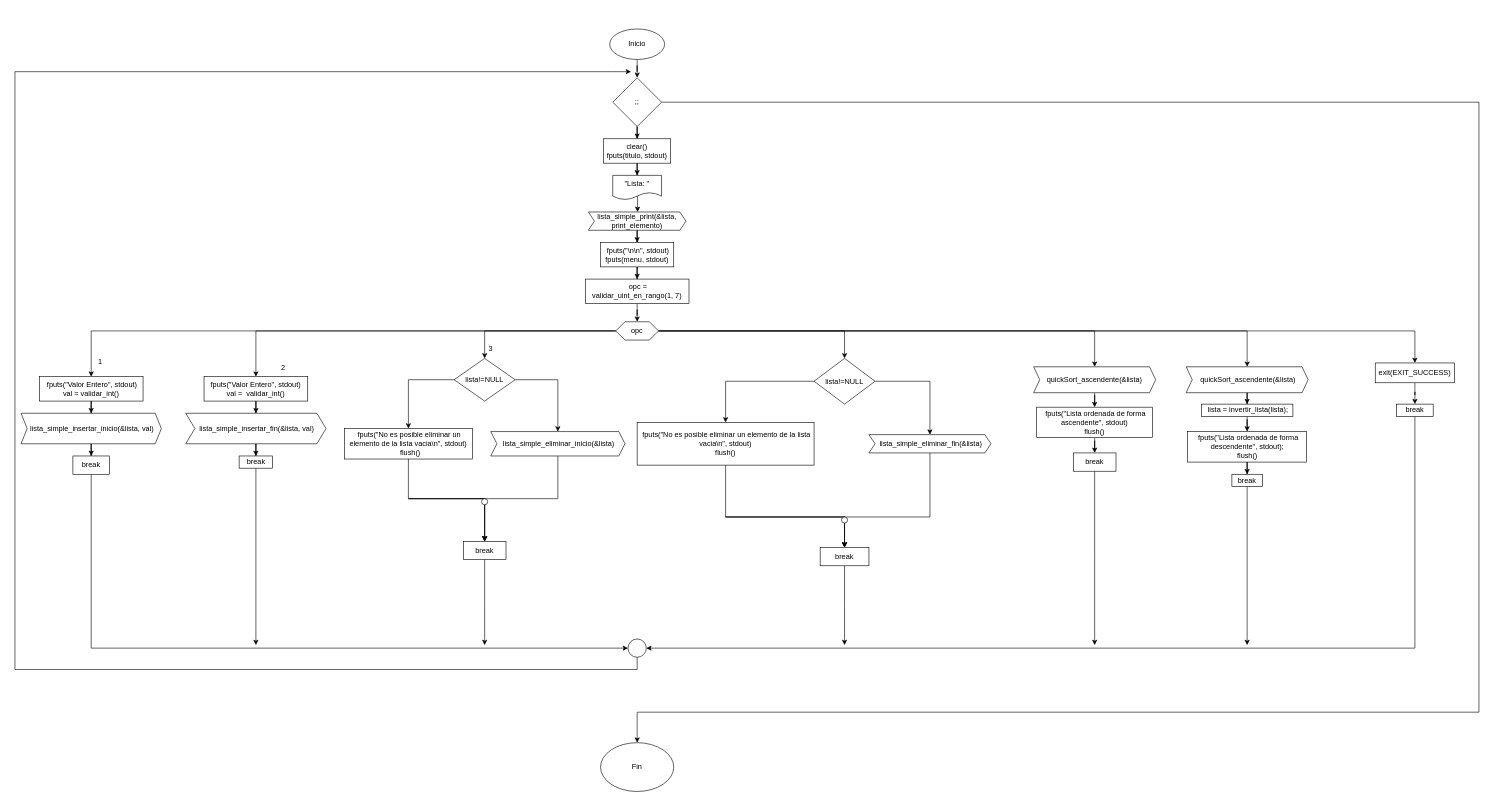
Above: fase1/tarea3/tarea3.drawio in AADavilaGonzalez/tareas_ED (draw.io), before the change. Source tidied: cells renumbered, new cells numbered last; positions are measured from the earlier drawing's top-left corner, leaving out a move shared by most shapes. Both pictures are drawn from the tidied source at 61%, with x=0, y=0 at pixel (15, 29).
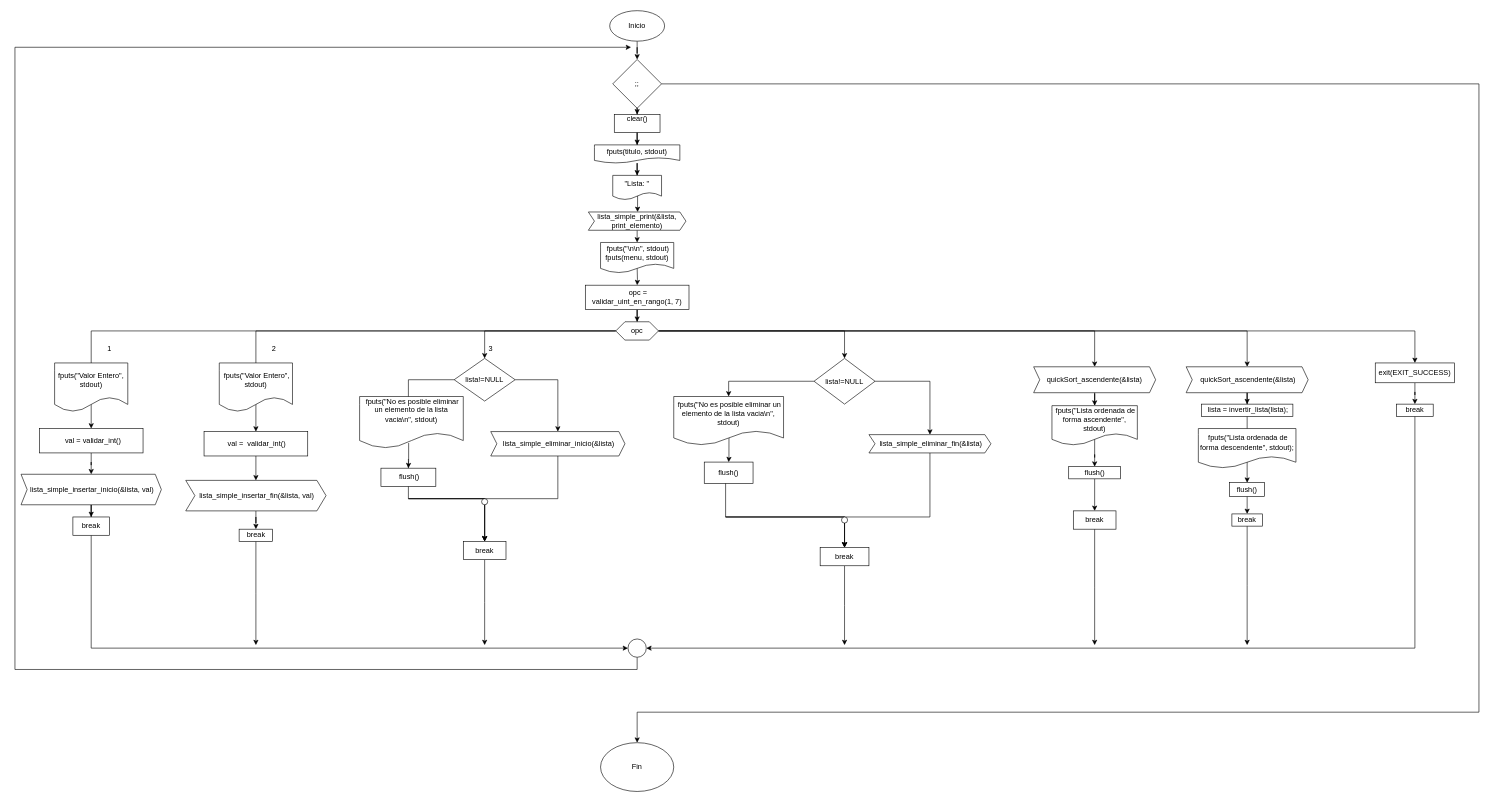
The same page after the edit.

The change refers to these unchanged cells:
```xml
<mxCell id="8" value="&quot;Lista: &quot;" style="shape=document;whiteSpace=wrap;html=1;boundedLbl=1;" parent="1" vertex="1">
  <mxGeometry x="980" y="240" width="80" height="40" as="geometry" />
</mxCell>
<mxCell id="10" value="lista_simple_print(&amp;amp;lista, print_elemento)" style="shape=step;perimeter=stepPerimeter;whiteSpace=wrap;html=1;fixedSize=1;size=10;" parent="1" vertex="1">
  <mxGeometry x="940" y="300" width="160" height="30" as="geometry" />
</mxCell>
<mxCell id="37" value="lista!=NULL" style="rhombus;whiteSpace=wrap;html=1;" parent="1" vertex="1">
  <mxGeometry x="720" y="540" width="100" height="70" as="geometry" />
</mxCell>
<mxCell id="43" value="break" style="rounded=0;whiteSpace=wrap;html=1;" parent="1" vertex="1">
  <mxGeometry x="735" y="840" width="70" height="30" as="geometry" />
</mxCell>
<mxCell id="50" value="lista!=NULL" style="rhombus;whiteSpace=wrap;html=1;" parent="1" vertex="1">
  <mxGeometry x="1310" y="540" width="100" height="75" as="geometry" />
</mxCell>
<mxCell id="61" value="quickSort_ascendente(&amp;amp;lista)" style="shape=step;perimeter=stepPerimeter;whiteSpace=wrap;html=1;fixedSize=1;size=10;" parent="1" vertex="1">
  <mxGeometry x="1670" y="553.8" width="200" height="42.5" as="geometry" />
</mxCell>
<mxCell id="79" style="ellipse;whiteSpace=wrap;html=1;" parent="1" vertex="1">
  <mxGeometry x="1005" y="1000" width="30" height="30" as="geometry" />
</mxCell>
<mxCell id="80" value="Fin" style="ellipse;whiteSpace=wrap;html=1;" parent="1" vertex="1">
  <mxGeometry x="960" y="1170" width="120" height="80" as="geometry" />
</mxCell>
```

Change to the diagram source:
```diff
@@
     <mxCell id="3" style="edgeStyle=orthogonalEdgeStyle;rounded=0;jettySize=auto;html=1;entryX=0.5;entryY=0;entryDx=0;entryDy=0;" parent="1" edge="1" source="4" target="80">
       <mxGeometry relative="1" as="geometry">
         <Array as="points">
-          <mxPoint x="2400" y="120" />
+          <mxPoint x="2400" y="90" />
           <mxPoint x="2400" y="1120" />
           <mxPoint x="1020" y="1120" />
         </Array>
       </mxGeometry>
     </mxCell>
     <mxCell id="4" value=";;" style="rhombus;whiteSpace=wrap;html=1;" parent="1" vertex="1">
-      <mxGeometry x="980" y="80" width="80" height="80" as="geometry" />
+      <mxGeometry x="980" y="50" width="80" height="80" as="geometry" />
     </mxCell>
-    <mxCell id="5" style="edgeStyle=orthogonalEdgeStyle;rounded=0;jettySize=auto;html=1;" parent="1" edge="1" source="6" target="8">
+    <mxCell id="5" style="edgeStyle=orthogonalEdgeStyle;rounded=0;jettySize=auto;html=1;" parent="1" edge="1" source="95" target="8">
       <mxGeometry relative="1" as="geometry" />
     </mxCell>
-    <mxCell id="6" value="clear()&lt;div&gt;fputs(titulo, stdout)&lt;/div&gt;" style="rounded=0;whiteSpace=wrap;html=1;" parent="1" vertex="1">
-      <mxGeometry x="965" y="180" width="110" height="40" as="geometry" />
+    <mxCell id="6" value="clear()&lt;div&gt;&lt;br&gt;&lt;/div&gt;" style="rounded=0;whiteSpace=wrap;html=1;" parent="1" vertex="1">
+      <mxGeometry x="982.5" y="140" width="75" height="30" as="geometry" />
     </mxCell>
@@
-    <mxCell id="9" style="edgeStyle=orthogonalEdgeStyle;rounded=0;jettySize=auto;html=1;" parent="1" edge="1" source="10" target="12">
-      <mxGeometry relative="1" as="geometry" />
+    <mxCell id="9" style="edgeStyle=orthogonalEdgeStyle;rounded=0;jettySize=auto;html=1;" parent="1" edge="1" source="10">
+      <mxGeometry relative="1" as="geometry">
+        <mxPoint x="1020" y="350" as="targetPoint" />
+      </mxGeometry>
     </mxCell>
@@
-    <mxCell id="11" style="edgeStyle=orthogonalEdgeStyle;rounded=0;jettySize=auto;html=1;" parent="1" edge="1" source="12" target="14">
-      <mxGeometry relative="1" as="geometry" />
+    <mxCell id="11" style="edgeStyle=orthogonalEdgeStyle;rounded=0;jettySize=auto;html=1;" parent="1" edge="1" target="14">
+      <mxGeometry relative="1" as="geometry">
+        <mxPoint x="1020" y="390" as="sourcePoint" />
+      </mxGeometry>
     </mxCell>
-    <mxCell id="12" value="&amp;nbsp;fputs(&quot;\n\n&quot;, stdout) fputs(menu, stdout)" style="rounded=0;whiteSpace=wrap;html=1;" parent="1" vertex="1">
-      <mxGeometry x="960" y="350" width="120" height="40" as="geometry" />
-    </mxCell>
@@
     <mxCell id="14" value="&amp;nbsp;opc = validar_uint_en_rango(1, 7)" style="rounded=0;whiteSpace=wrap;html=1;" parent="1" vertex="1">
-      <mxGeometry x="935" y="410" width="170" height="40" as="geometry" />
+      <mxGeometry x="935" y="420" width="170" height="40" as="geometry" />
     </mxCell>
@@
-    <mxCell id="24" value="&amp;nbsp;fputs(&quot;Valor Entero&quot;, stdout) val = validar_int()" style="rounded=0;whiteSpace=wrap;html=1;" parent="1" vertex="1">
-      <mxGeometry x="40" y="570" width="170" height="40" as="geometry" />
+    <mxCell id="24" value="&amp;nbsp; val = validar_int()" style="rounded=0;whiteSpace=wrap;html=1;" parent="1" vertex="1">
+      <mxGeometry x="40" y="655" width="170" height="40" as="geometry" />
     </mxCell>
@@
     <mxCell id="26" value="&amp;nbsp;lista_simple_insertar_inicio(&amp;amp;lista, val)" style="shape=step;perimeter=stepPerimeter;whiteSpace=wrap;html=1;fixedSize=1;size=10;" parent="1" vertex="1">
-      <mxGeometry x="10" y="630" width="230" height="50" as="geometry" />
+      <mxGeometry x="10" y="730" width="230" height="50" as="geometry" />
     </mxCell>
@@
     <mxCell id="28" value="break" style="rounded=0;whiteSpace=wrap;html=1;" parent="1" vertex="1">
-      <mxGeometry x="95" y="700" width="60" height="30" as="geometry" />
+      <mxGeometry x="95" y="800" width="60" height="30" as="geometry" />
     </mxCell>
@@
-    <mxCell id="30" value="&amp;nbsp;fputs(&quot;Valor Entero&quot;, stdout)&amp;nbsp;&lt;div&gt;val =&amp;nbsp; validar_int()&lt;/div&gt;" style="rounded=0;whiteSpace=wrap;html=1;" parent="1" vertex="1">
-      <mxGeometry x="310" y="570" width="170" height="40" as="geometry" />
+    <mxCell id="30" value="&amp;nbsp;&lt;span style=&quot;background-color: transparent; color: light-dark(rgb(0, 0, 0), rgb(255, 255, 255));&quot;&gt;val =&amp;nbsp; validar_int()&lt;/span&gt;" style="rounded=0;whiteSpace=wrap;html=1;" parent="1" vertex="1">
+      <mxGeometry x="310" y="660" width="170" height="40" as="geometry" />
     </mxCell>
@@
     <mxCell id="32" value="&amp;nbsp;lista_simple_insertar_fin(&amp;amp;lista, val)" style="shape=step;perimeter=stepPerimeter;whiteSpace=wrap;html=1;fixedSize=1;size=15;" parent="1" vertex="1">
-      <mxGeometry x="280" y="630" width="230" height="50" as="geometry" />
+      <mxGeometry x="280" y="740" width="230" height="50" as="geometry" />
     </mxCell>
@@
     <mxCell id="34" value="break" style="rounded=0;whiteSpace=wrap;html=1;" parent="1" vertex="1">
-      <mxGeometry x="367.5" y="700" width="55" height="20" as="geometry" />
+      <mxGeometry x="367.5" y="820" width="55" height="20" as="geometry" />
     </mxCell>
@@
-    <mxCell id="36" style="edgeStyle=orthogonalEdgeStyle;rounded=0;jettySize=auto;html=1;entryX=0.5;entryY=0;entryDx=0;entryDy=0;" parent="1" edge="1" source="37" target="41">
+    <mxCell id="36" style="edgeStyle=orthogonalEdgeStyle;rounded=0;jettySize=auto;html=1;entryX=0.5;entryY=0;entryDx=0;entryDy=0;" parent="1" edge="1" source="37">
       <mxGeometry relative="1" as="geometry">
+        <mxPoint x="645" y="655" as="targetPoint" />
         <Array as="points">
           <mxPoint x="645" y="575" />
         </Array>
       </mxGeometry>
     </mxCell>
@@
-    <mxCell id="41" value="&lt;div&gt;&amp;nbsp;fputs(&quot;No es posible eliminar un elemento&amp;nbsp;&lt;span style=&quot;background-color: transparent; color: light-dark(rgb(0, 0, 0), rgb(255, 255, 255));&quot;&gt;de la lista vacia\n&quot;, stdout)&lt;/span&gt;&lt;/div&gt;&lt;div&gt;&amp;nbsp; flush()&lt;/div&gt;" style="rounded=0;whiteSpace=wrap;html=1;" parent="1" vertex="1">
-      <mxGeometry x="540" y="655" width="210" height="50" as="geometry" />
-    </mxCell>
@@
-    <mxCell id="44" style="edgeStyle=orthogonalEdgeStyle;rounded=0;jettySize=auto;html=1;entryX=0.5;entryY=0;entryDx=0;entryDy=0;" parent="1" edge="1" source="41" target="43">
+    <mxCell id="44" style="edgeStyle=orthogonalEdgeStyle;rounded=0;jettySize=auto;html=1;entryX=0.5;entryY=0;entryDx=0;entryDy=0;" parent="1" edge="1" target="43">
       <mxGeometry relative="1" as="geometry">
+        <mxPoint x="645" y="705" as="sourcePoint" />
         <Array as="points">
           <mxPoint x="645" y="770" />
           <mxPoint x="770" y="770" />
         </Array>
       </mxGeometry>
     </mxCell>
@@
     <mxCell id="46" value="1" style="text;html=1;align=center;verticalAlign=middle;whiteSpace=wrap;rounded=0;" parent="1" vertex="1">
-      <mxGeometry x="110" y="530" width="60" height="30" as="geometry" />
+      <mxGeometry x="125" y="510" width="60" height="30" as="geometry" />
     </mxCell>
     <mxCell id="47" value="2" style="text;html=1;align=center;verticalAlign=middle;whiteSpace=wrap;rounded=0;" parent="1" vertex="1">
-      <mxGeometry x="410" y="540" width="60" height="30" as="geometry" />
+      <mxGeometry x="395" y="510" width="60" height="30" as="geometry" />
     </mxCell>
@@
-    <mxCell id="49" style="edgeStyle=orthogonalEdgeStyle;rounded=0;jettySize=auto;html=1;entryX=0.5;entryY=0;entryDx=0;entryDy=0;" parent="1" edge="1" source="50" target="54">
-      <mxGeometry relative="1" as="geometry">
-        <Array as="points">
-          <mxPoint x="1165" y="578" />
-        </Array>
-      </mxGeometry>
-    </mxCell>
+    <mxCell id="83" style="edgeStyle=orthogonalEdgeStyle;rounded=0;jettySize=auto;html=1;entryX=0.5;entryY=0;entryDx=0;entryDy=0;" parent="1" edge="1" source="50" target="90">
+      <mxGeometry relative="1" as="geometry" />
+    </mxCell>
@@
-    <mxCell id="54" value="&lt;div&gt;&amp;nbsp;fputs(&quot;No es posible eliminar un elemento&lt;span style=&quot;background-color: transparent; color: light-dark(rgb(0, 0, 0), rgb(255, 255, 255));&quot;&gt;&amp;nbsp;de la lista vacia\n&quot;, stdout)&lt;/span&gt;&lt;/div&gt;&lt;div&gt;flush()&lt;/div&gt;" style="rounded=0;whiteSpace=wrap;html=1;" parent="1" vertex="1">
-      <mxGeometry x="1020" y="645" width="290" height="70" as="geometry" />
+    <mxCell id="54" value="&lt;div&gt;&lt;span style=&quot;background-color: transparent; color: light-dark(rgb(0, 0, 0), rgb(255, 255, 255));&quot;&gt;flush()&lt;/span&gt;&lt;/div&gt;" style="rounded=0;whiteSpace=wrap;html=1;" parent="1" vertex="1">
+      <mxGeometry x="1130" y="710" width="80" height="35" as="geometry" />
     </mxCell>
@@
-    <mxCell id="60" style="edgeStyle=orthogonalEdgeStyle;rounded=0;jettySize=auto;html=1;" parent="1" edge="1" source="61" target="63">
+    <mxCell id="60" style="edgeStyle=orthogonalEdgeStyle;rounded=0;jettySize=auto;html=1;exitX=0.5;exitY=0.808;exitDx=0;exitDy=0;exitPerimeter=0;" parent="1" edge="1" source="92" target="63">
       <mxGeometry relative="1" as="geometry" />
     </mxCell>
@@
-    <mxCell id="63" value="&amp;nbsp;fputs(&quot;Lista ordenada de forma ascendente&quot;, stdout)&lt;div&gt;flush()&lt;/div&gt;" style="rounded=0;whiteSpace=wrap;html=1;" parent="1" vertex="1">
-      <mxGeometry x="1675" y="620" width="190" height="50" as="geometry" />
+    <mxCell id="63" value="&lt;div&gt;flush()&lt;/div&gt;" style="rounded=0;whiteSpace=wrap;html=1;" parent="1" vertex="1">
+      <mxGeometry x="1727.5" y="717.5" width="85" height="20" as="geometry" />
     </mxCell>
@@
     <mxCell id="65" value="break" style="rounded=0;whiteSpace=wrap;html=1;" parent="1" vertex="1">
-      <mxGeometry x="1735" y="695" width="70" height="30" as="geometry" />
+      <mxGeometry x="1735" y="790" width="70" height="30" as="geometry" />
     </mxCell>
@@
-    <mxCell id="71" value="&amp;nbsp;fputs(&quot;Lista ordenada de forma descendente&quot;, stdout);&lt;div&gt;flush()&lt;/div&gt;" style="rounded=0;whiteSpace=wrap;html=1;" parent="1" vertex="1">
-      <mxGeometry x="1922.5" y="660" width="195" height="50" as="geometry" />
+    <mxCell id="71" value="&lt;div&gt;flush()&lt;/div&gt;" style="rounded=0;whiteSpace=wrap;html=1;" parent="1" vertex="1">
+      <mxGeometry x="1991.2" y="743.8" width="57.5" height="22.5" as="geometry" />
     </mxCell>
@@
     <mxCell id="73" value="break" style="rounded=0;whiteSpace=wrap;html=1;" parent="1" vertex="1">
-      <mxGeometry x="1995" y="730" width="50" height="20" as="geometry" />
+      <mxGeometry x="1995" y="795" width="50" height="20" as="geometry" />
     </mxCell>
@@
     <mxCell id="78" style="edgeStyle=orthogonalEdgeStyle;rounded=0;jettySize=auto;html=1;exitX=0.5;exitY=1;exitDx=0;exitDy=0;" parent="1" edge="1" source="79">
       <mxGeometry relative="1" as="geometry">
-        <mxPoint x="1010" y="70" as="targetPoint" />
+        <mxPoint x="1010" y="30" as="targetPoint" />
         <Array as="points">
           <mxPoint x="1020" y="1050" />
           <mxPoint y="1050" />
-          <mxPoint y="70" />
-          <mxPoint x="980" y="70" />
+          <mxPoint y="30" />
         </Array>
       </mxGeometry>
     </mxCell>
@@
     <mxCell id="82" value="Inicio" style="ellipse;whiteSpace=wrap;html=1;" parent="1" vertex="1">
-      <mxGeometry x="975" width="90" height="50" as="geometry" />
+      <mxGeometry x="975" y="-30" width="90" height="50" as="geometry" />
     </mxCell>
+    <mxCell id="12" value="&amp;nbsp;fputs(&quot;\n\n&quot;, stdout) fputs(menu, stdout)" style="shape=document;whiteSpace=wrap;html=1;boundedLbl=1;" parent="1" vertex="1">
+      <mxGeometry x="960" y="350" width="120" height="50" as="geometry" />
+    </mxCell>
+    <mxCell id="84" value="fputs(&quot;Valor Entero&quot;, stdout)" style="shape=document;whiteSpace=wrap;html=1;boundedLbl=1;" parent="1" vertex="1">
+      <mxGeometry x="65" y="547.5" width="120" height="80" as="geometry" />
+    </mxCell>
+    <mxCell id="85" value="&amp;nbsp;fputs(&quot;Valor Entero&quot;, stdout)" style="shape=document;whiteSpace=wrap;html=1;boundedLbl=1;" parent="1" vertex="1">
+      <mxGeometry x="335" y="547.5" width="120" height="80" as="geometry" />
+    </mxCell>
+    <mxCell id="86" style="edgeStyle=orthogonalEdgeStyle;rounded=0;jettySize=auto;html=1;exitX=0.473;exitY=0.897;exitDx=0;exitDy=0;exitPerimeter=0;" parent="1" edge="1" source="87" target="88">
+      <mxGeometry relative="1" as="geometry" />
+    </mxCell>
+    <mxCell id="87" value="&lt;div&gt;&amp;nbsp;fputs(&quot;No es posible eliminar un elemento&amp;nbsp;&lt;span style=&quot;background-color: transparent; color: light-dark(rgb(0, 0, 0), rgb(255, 255, 255));&quot;&gt;de la lista vacia\n&quot;, stdout)&lt;/span&gt;&lt;/div&gt;&lt;div&gt;&amp;nbsp;&lt;/div&gt;" style="shape=document;whiteSpace=wrap;html=1;boundedLbl=1;" parent="1" vertex="1">
+      <mxGeometry x="565" y="602.5" width="170" height="85" as="geometry" />
+    </mxCell>
+    <mxCell id="88" value="&amp;nbsp;flush()" style="rounded=0;whiteSpace=wrap;html=1;" parent="1" vertex="1">
+      <mxGeometry x="600" y="720" width="90" height="30" as="geometry" />
+    </mxCell>
+    <mxCell id="89" style="edgeStyle=orthogonalEdgeStyle;rounded=0;jettySize=auto;html=1;exitX=0.503;exitY=0.831;exitDx=0;exitDy=0;exitPerimeter=0;" parent="1" edge="1" source="90" target="54">
+      <mxGeometry relative="1" as="geometry" />
+    </mxCell>
+    <mxCell id="90" value="&amp;nbsp;fputs(&quot;No es posible eliminar un elemento&lt;span style=&quot;color: light-dark(rgb(0, 0, 0), rgb(255, 255, 255)); background-color: transparent;&quot;&gt;&amp;nbsp;de la lista vacia\n&quot;, stdout)&lt;/span&gt;" style="shape=document;whiteSpace=wrap;html=1;boundedLbl=1;" parent="1" vertex="1">
+      <mxGeometry x="1080" y="602.5" width="180" height="80" as="geometry" />
+    </mxCell>
+    <mxCell id="91" style="edgeStyle=orthogonalEdgeStyle;rounded=0;jettySize=auto;html=1;" parent="1" edge="1" source="61" target="92">
+      <mxGeometry relative="1" as="geometry" />
+    </mxCell>
+    <mxCell id="92" value="&amp;nbsp;fputs(&quot;Lista ordenada de forma ascendente&quot;, stdout)" style="shape=document;whiteSpace=wrap;html=1;boundedLbl=1;" parent="1" vertex="1">
+      <mxGeometry x="1700" y="617.5" width="140" height="65" as="geometry" />
+    </mxCell>
+    <mxCell id="93" value="&amp;nbsp;fputs(&quot;Lista ordenada de forma descendente&quot;, stdout);" style="shape=document;whiteSpace=wrap;html=1;boundedLbl=1;" parent="1" vertex="1">
+      <mxGeometry x="1940" y="655" width="160" height="65" as="geometry" />
+    </mxCell>
+    <mxCell id="94" style="edgeStyle=orthogonalEdgeStyle;rounded=0;jettySize=auto;html=1;" parent="1" edge="1" source="6" target="95">
+      <mxGeometry relative="1" as="geometry" />
+    </mxCell>
+    <mxCell id="95" value="fputs(titulo, stdout)" style="shape=document;whiteSpace=wrap;html=1;boundedLbl=1;" parent="1" vertex="1">
+      <mxGeometry x="950" y="190" width="140" height="30" as="geometry" />
+    </mxCell>
```
